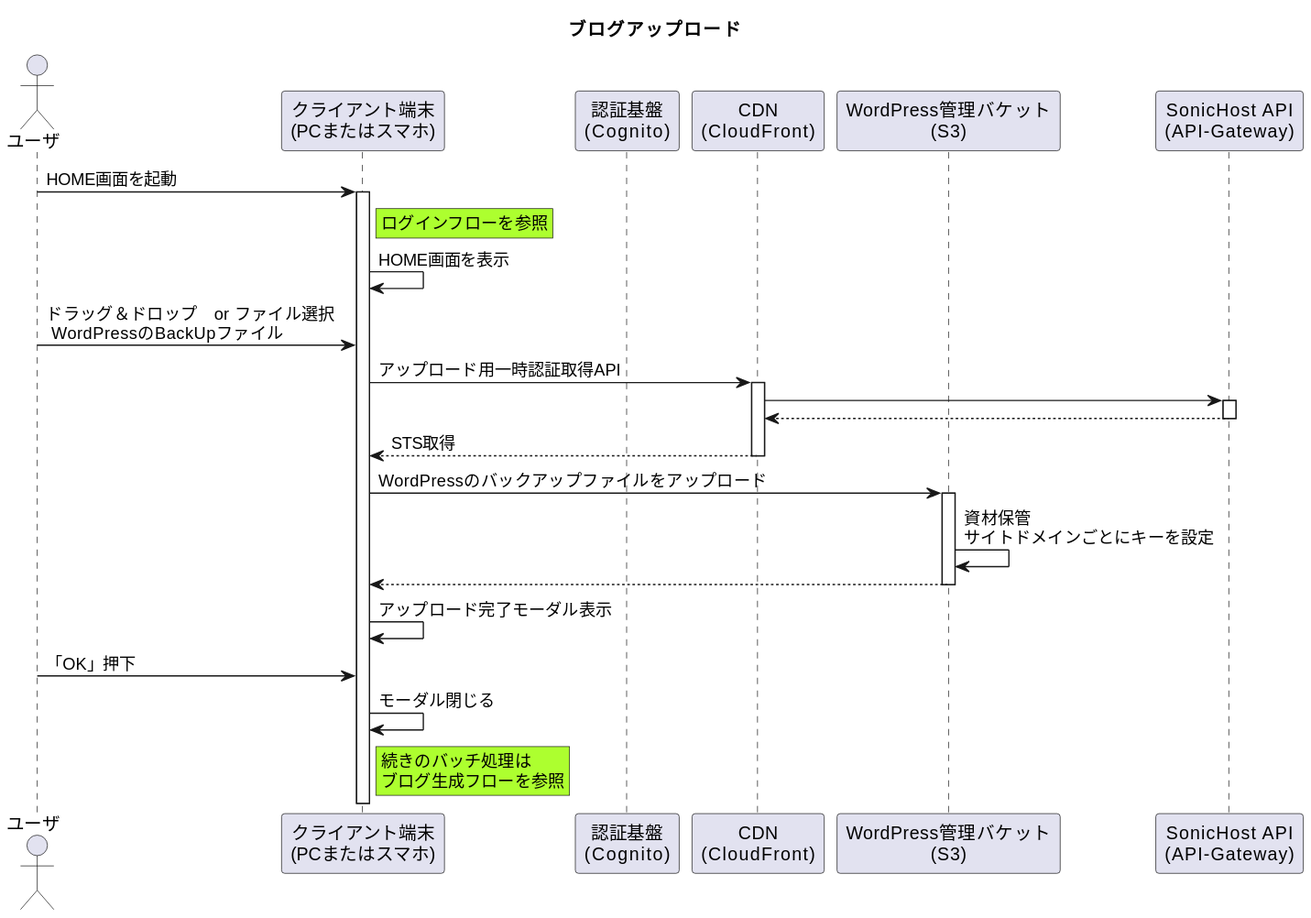
This is 01_Sequences/02_BlogCreate/01_BlogUpload_Flow/blogUploadFlow.svg from Sonic-Host/documents, a PlantUML export, as it was before one commit.
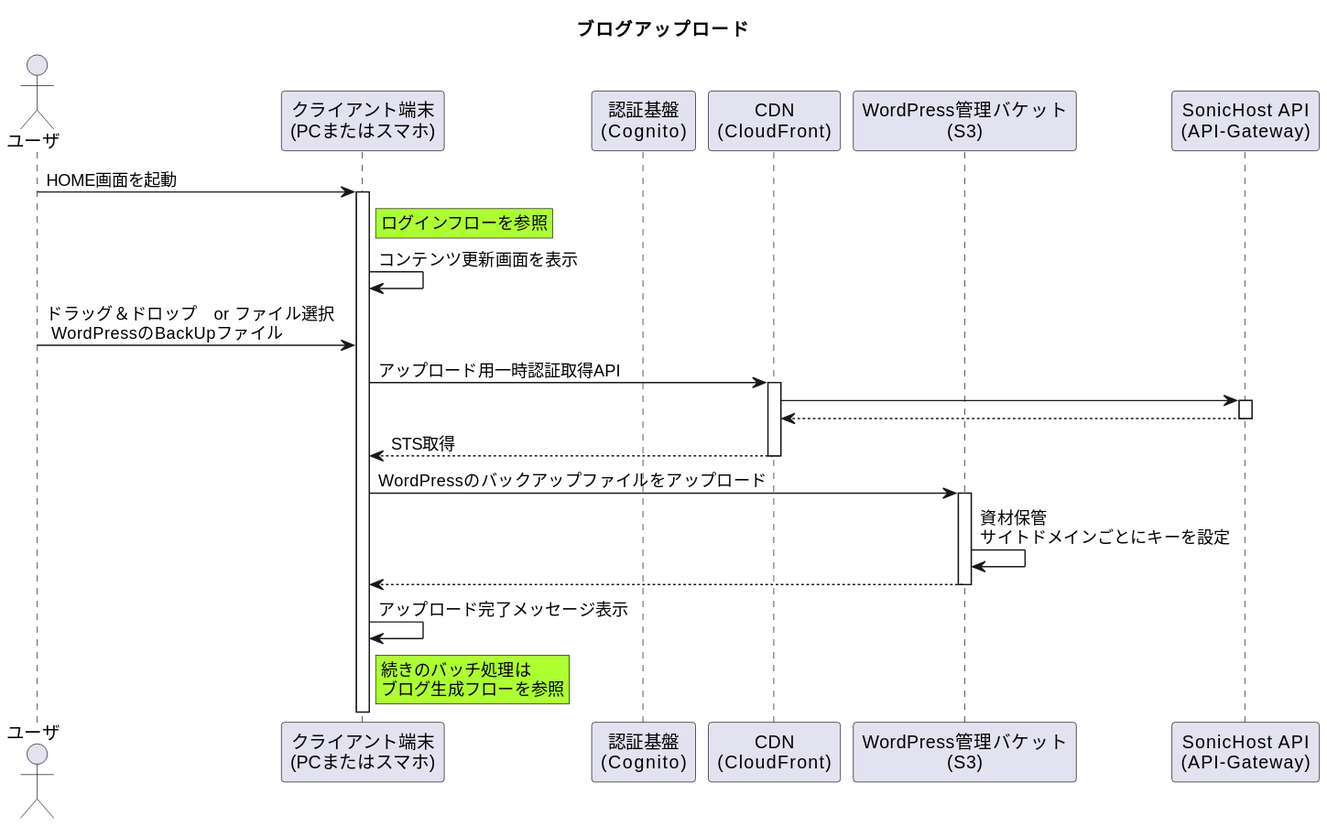
Above is the later version.

Change to the diagram source:
```diff
@@ -13,7 +13,7 @@
 rnote right of device #GreenYellow
     ログインフローを参照
 end note
-device -> device : HOME画面を表示
+device -> device : コンテンツ更新画面を表示
 user -> device : ドラッグ＆ドロップ　or ファイル選択\n WordPressのBackUpファイル
 device -> cdn ++ : アップロード用一時認証取得API
 cdn -> api ++
@@ -22,9 +22,7 @@
 device -> s3 ++ : WordPressのバックアップファイルをアップロード
 s3 -> s3 : 資材保管\nサイトドメインごとにキーを設定
 device <-- s3 --
-device -> device : アップロード完了モーダル表示
-user -> device : 「OK」押下
-device -> device : モーダル閉じる
+device -> device : アップロード完了メッセージ表示
 rnote right of device #GreenYellow
     続きのバッチ処理は
     ブログ生成フローを参照
```
